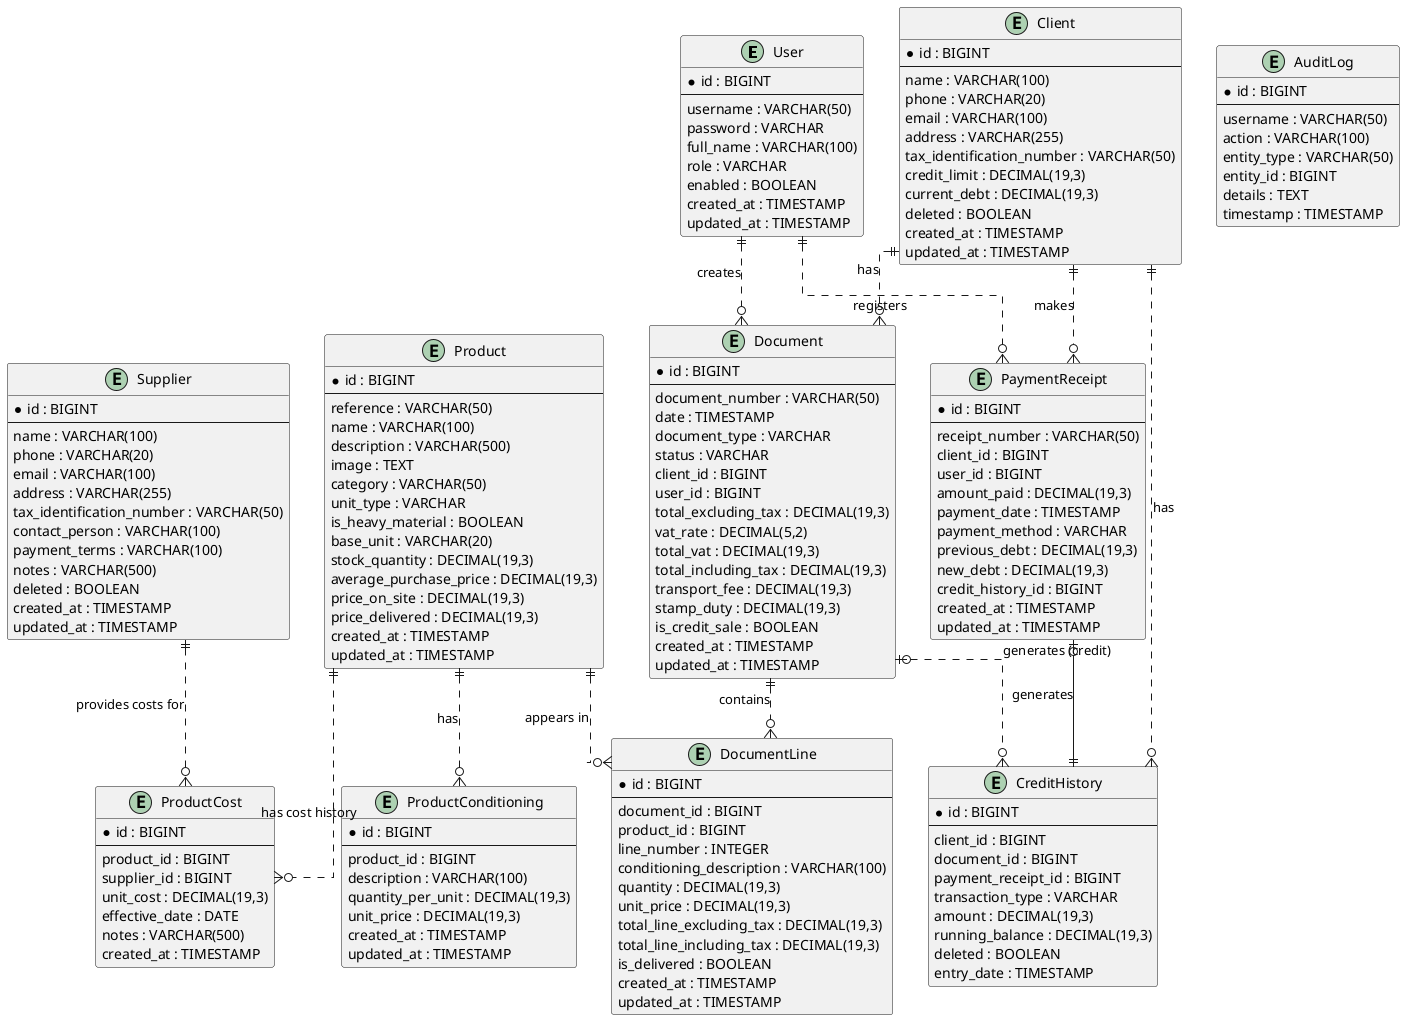
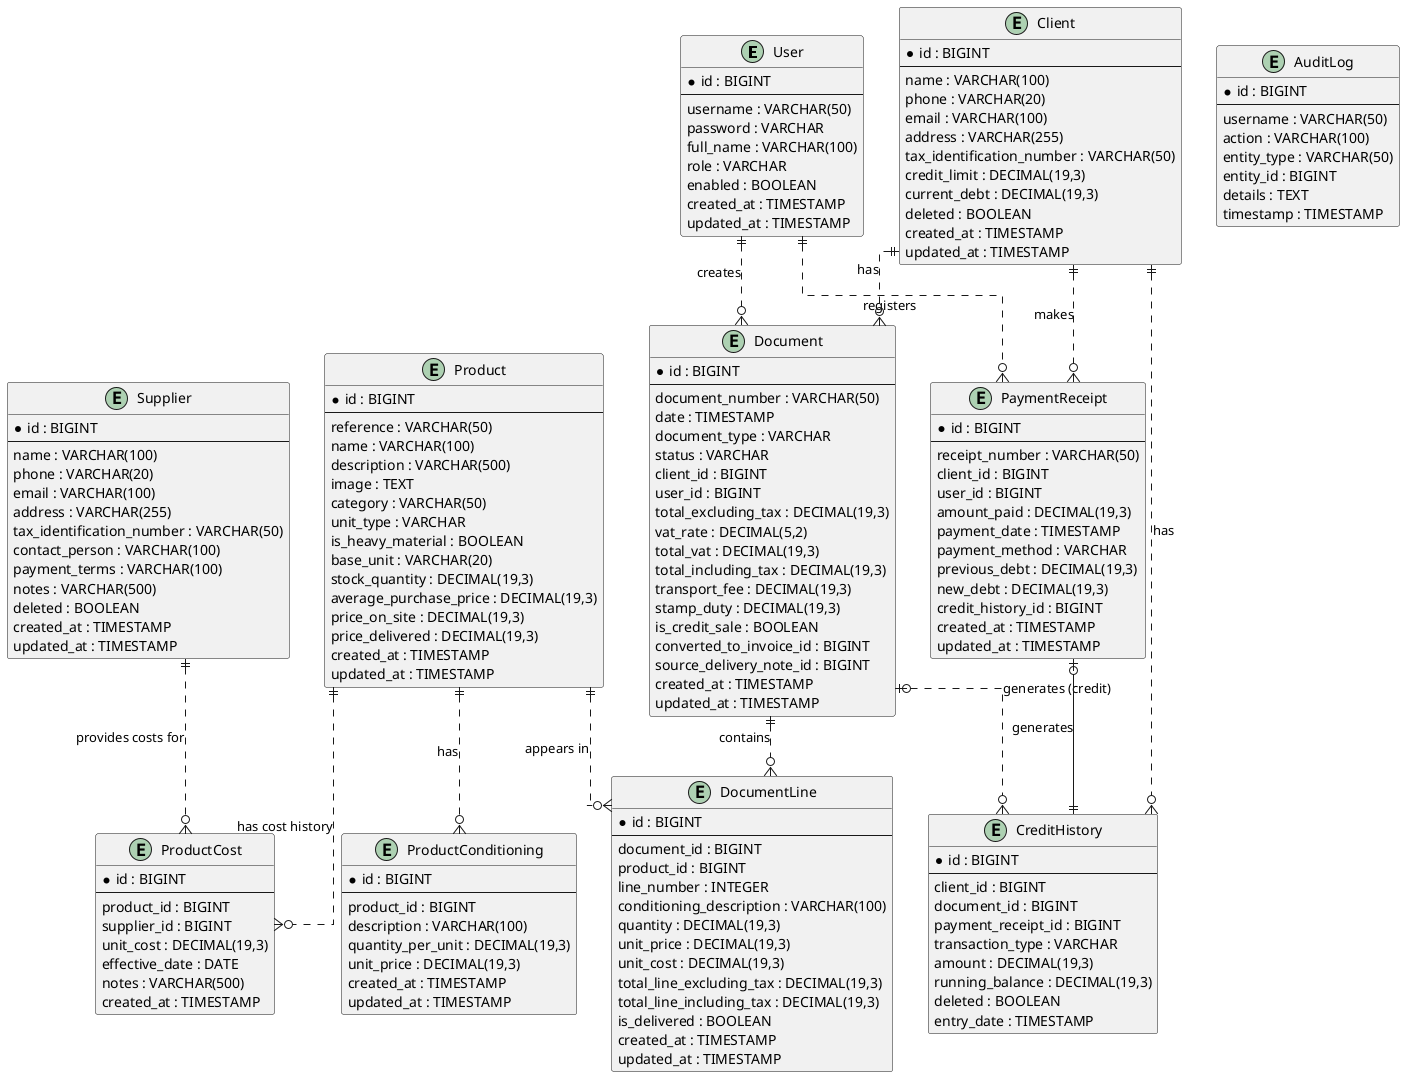
@startuml Hardware Store Entity Relationships
' INOVEXAHUB - Système de Gestion Commerciale et Point de Vente (POS)
' Sprint 1: Modélisation UML - Entity Relationships
' Version: 1.0 (MVP)

skinparam linetype ortho

entity "User" as user {
  *id : BIGINT
  --
  username : VARCHAR(50)
  password : VARCHAR
  full_name : VARCHAR(100)
  role : VARCHAR
  enabled : BOOLEAN
  created_at : TIMESTAMP
  updated_at : TIMESTAMP
}

entity "Client" as client {
  *id : BIGINT
  --
  name : VARCHAR(100)
  phone : VARCHAR(20)
  email : VARCHAR(100)
  address : VARCHAR(255)
  tax_identification_number : VARCHAR(50)
  credit_limit : DECIMAL(19,3)
  current_debt : DECIMAL(19,3)
  deleted : BOOLEAN
  created_at : TIMESTAMP
  updated_at : TIMESTAMP
}

entity "Supplier" as supplier {
  *id : BIGINT
  --
  name : VARCHAR(100)
  phone : VARCHAR(20)
  email : VARCHAR(100)
  address : VARCHAR(255)
  tax_identification_number : VARCHAR(50)
  contact_person : VARCHAR(100)
  payment_terms : VARCHAR(100)
  notes : VARCHAR(500)
  deleted : BOOLEAN
  created_at : TIMESTAMP
  updated_at : TIMESTAMP
}

entity "Product" as product {
  *id : BIGINT
  --
  reference : VARCHAR(50)
  name : VARCHAR(100)
  description : VARCHAR(500)
  image : TEXT
  category : VARCHAR(50)
  unit_type : VARCHAR
  is_heavy_material : BOOLEAN
  base_unit : VARCHAR(20)
  stock_quantity : DECIMAL(19,3)
  average_purchase_price : DECIMAL(19,3)
  price_on_site : DECIMAL(19,3)
  price_delivered : DECIMAL(19,3)
  created_at : TIMESTAMP
  updated_at : TIMESTAMP
}

entity "ProductConditioning" as conditioning {
  *id : BIGINT
  --
  product_id : BIGINT
  description : VARCHAR(100)
  quantity_per_unit : DECIMAL(19,3)
  unit_price : DECIMAL(19,3)
  created_at : TIMESTAMP
  updated_at : TIMESTAMP
}

entity "ProductCost" as product_cost {
  *id : BIGINT
  --
  product_id : BIGINT
  supplier_id : BIGINT
  unit_cost : DECIMAL(19,3)
  effective_date : DATE
  notes : VARCHAR(500)
  created_at : TIMESTAMP
}

entity "Document" as document {
  *id : BIGINT
  --
  document_number : VARCHAR(50)
  date : TIMESTAMP
  document_type : VARCHAR
  status : VARCHAR
  client_id : BIGINT
  user_id : BIGINT
  total_excluding_tax : DECIMAL(19,3)
  vat_rate : DECIMAL(5,2)
  total_vat : DECIMAL(19,3)
  total_including_tax : DECIMAL(19,3)
  transport_fee : DECIMAL(19,3)
  stamp_duty : DECIMAL(19,3)
  is_credit_sale : BOOLEAN
+   converted_to_invoice_id : BIGINT
+   source_delivery_note_id : BIGINT
  created_at : TIMESTAMP
  updated_at : TIMESTAMP
}

entity "DocumentLine" as document_line {
  *id : BIGINT
  --
  document_id : BIGINT
  product_id : BIGINT
  line_number : INTEGER
  conditioning_description : VARCHAR(100)
  quantity : DECIMAL(19,3)
  unit_price : DECIMAL(19,3)
+   unit_cost : DECIMAL(19,3)
  total_line_excluding_tax : DECIMAL(19,3)
  total_line_including_tax : DECIMAL(19,3)
  is_delivered : BOOLEAN
  created_at : TIMESTAMP
  updated_at : TIMESTAMP
}

entity "PaymentReceipt" as payment_receipt {
  *id : BIGINT
  --
  receipt_number : VARCHAR(50)
  client_id : BIGINT
  user_id : BIGINT
  amount_paid : DECIMAL(19,3)
  payment_date : TIMESTAMP
  payment_method : VARCHAR
  previous_debt : DECIMAL(19,3)
  new_debt : DECIMAL(19,3)
  credit_history_id : BIGINT
  created_at : TIMESTAMP
  updated_at : TIMESTAMP
}

entity "CreditHistory" as credit_history {
  *id : BIGINT
  --
  client_id : BIGINT
  document_id : BIGINT
  payment_receipt_id : BIGINT
  transaction_type : VARCHAR
  amount : DECIMAL(19,3)
  running_balance : DECIMAL(19,3)
  deleted : BOOLEAN
  entry_date : TIMESTAMP
}

entity "AuditLog" as audit_log {
  *id : BIGINT
  --
  username : VARCHAR(50)
  action : VARCHAR(100)
  entity_type : VARCHAR(50)
  entity_id : BIGINT
  details : TEXT
  timestamp : TIMESTAMP
}

' ============================================
' RELATIONSHIPS
' ============================================

user ||..o{ document : "creates"
user ||..o{ payment_receipt : "registers"

client ||..o{ document : "has"
client ||..o{ payment_receipt : "makes"
client ||..o{ credit_history : "has"

product ||..o{ conditioning : "has"
product ||..o{ product_cost : "has cost history"
product ||..o{ document_line : "appears in"

supplier ||..o{ product_cost : "provides costs for"

document ||..o{ document_line : "contains"
document |o..o{ credit_history : "generates (credit)"

payment_receipt |o--|| credit_history : "generates"

@enduml
